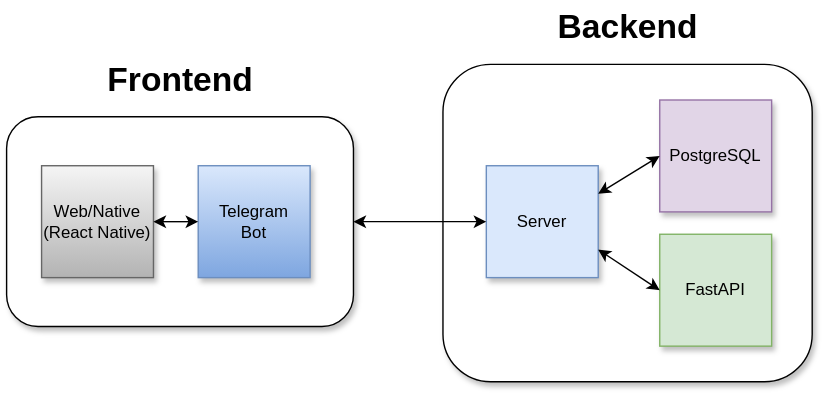
Earlier version of the draw.io export docs/img/diagram.svg (masajinobe-ef/priscillafx-web). Source tidied: cells renumbered, new cells last; positions are measured from the earlier drawing's top-left corner, leaving out a move shared by most shapes. Its diagram source:
```xml
<mxGraphModel>
  <root>
    <mxCell id="0" />
    <mxCell id="1" parent="0" />
    <mxCell id="2" style="rounded=1;whiteSpace=wrap;html=1;glass=0;shadow=1;" parent="1" vertex="1">
      <mxGeometry x="312" y="45.5" width="264" height="227" as="geometry" />
    </mxCell>
    <mxCell id="3" value="FastAPI" style="whiteSpace=wrap;html=1;fillColor=#d5e8d4;strokeColor=#82b366;shadow=1;" parent="1" vertex="1">
      <mxGeometry x="467" y="167" width="80" height="80" as="geometry" />
    </mxCell>
    <mxCell id="4" value="PostgreSQL" style="whiteSpace=wrap;html=1;fillColor=#e1d5e7;strokeColor=#9673a6;shadow=1;" parent="1" vertex="1">
      <mxGeometry x="467" y="71" width="80" height="80" as="geometry" />
    </mxCell>
    <mxCell id="5" value="Server" style="whiteSpace=wrap;html=1;fillColor=#dae8fc;strokeColor=#6c8ebf;shadow=1;" parent="1" vertex="1">
      <mxGeometry x="343" y="118" width="80" height="80" as="geometry" />
    </mxCell>
    <mxCell id="6" style="endArrow=classic;startArrow=classic;html=1;rounded=0;exitX=1;exitY=0.25;exitDx=0;exitDy=0;entryX=0;entryY=0.5;entryDx=0;entryDy=0;" parent="1" edge="1" source="5" target="4">
      <mxGeometry relative="1" as="geometry" />
    </mxCell>
    <mxCell id="7" style="endArrow=classic;startArrow=classic;html=1;rounded=0;exitX=1;exitY=0.75;exitDx=0;exitDy=0;entryX=0;entryY=0.5;entryDx=0;entryDy=0;" parent="1" edge="1" source="5" target="3">
      <mxGeometry relative="1" as="geometry" />
    </mxCell>
    <mxCell id="8" style="rounded=1;whiteSpace=wrap;html=1;shadow=1;" parent="1" vertex="1">
      <mxGeometry y="83" width="248" height="150" as="geometry" />
    </mxCell>
    <mxCell id="9" value="Web/Native&lt;br&gt;(React Native)" style="whiteSpace=wrap;html=1;fillColor=#f5f5f5;strokeColor=#666666;gradientColor=#b3b3b3;shadow=1;" parent="1" vertex="1">
      <mxGeometry x="25" y="118" width="80" height="80" as="geometry" />
    </mxCell>
    <mxCell id="10" value="Telegram&lt;br&gt;Bot" style="whiteSpace=wrap;html=1;fillColor=#dae8fc;strokeColor=#6c8ebf;gradientColor=#7ea6e0;shadow=1;" parent="1" vertex="1">
      <mxGeometry x="137" y="118" width="80" height="80" as="geometry" />
    </mxCell>
    <mxCell id="11" style="endArrow=classic;startArrow=classic;html=1;rounded=0;exitX=1;exitY=0.5;exitDx=0;exitDy=0;entryX=0;entryY=0.5;entryDx=0;entryDy=0;" parent="1" edge="1" source="8" target="5">
      <mxGeometry relative="1" as="geometry" />
    </mxCell>
    <mxCell id="12" style="endArrow=classic;startArrow=classic;html=1;rounded=0;exitX=1;exitY=0.5;exitDx=0;exitDy=0;entryX=0;entryY=0.5;entryDx=0;entryDy=0;" parent="1" edge="1" source="9" target="10">
      <mxGeometry relative="1" as="geometry" />
    </mxCell>
    <mxCell id="13" value="Frontend" style="text;html=1;align=center;verticalAlign=middle;whiteSpace=wrap;rounded=0;fontStyle=1;fontSize=24;" parent="1" vertex="1">
      <mxGeometry x="45.8" y="38" width="156.5" height="38" as="geometry" />
    </mxCell>
    <mxCell id="14" value="Backend" style="text;html=1;align=center;verticalAlign=middle;whiteSpace=wrap;rounded=0;fontStyle=1;fontSize=24;" parent="1" vertex="1">
      <mxGeometry x="365.8" width="156.5" height="38" as="geometry" />
    </mxCell>
  </root>
</mxGraphModel>
```
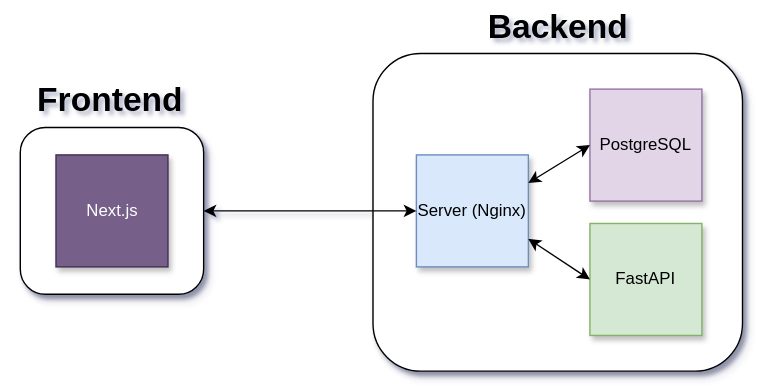
After the change.

Diff of the diagram source:
```diff
@@ -11,7 +11,7 @@
     <mxCell id="4" value="PostgreSQL" style="whiteSpace=wrap;html=1;fillColor=#e1d5e7;strokeColor=#9673a6;shadow=1;" parent="1" vertex="1">
       <mxGeometry x="467" y="71" width="80" height="80" as="geometry" />
     </mxCell>
-    <mxCell id="5" value="Server" style="whiteSpace=wrap;html=1;fillColor=#dae8fc;strokeColor=#6c8ebf;shadow=1;" parent="1" vertex="1">
+    <mxCell id="5" value="Server (Nginx)" style="whiteSpace=wrap;html=1;fillColor=#dae8fc;strokeColor=#6c8ebf;shadow=1;" parent="1" vertex="1">
       <mxGeometry x="343" y="118" width="80" height="80" as="geometry" />
     </mxCell>
     <mxCell id="6" style="endArrow=classic;startArrow=classic;html=1;rounded=0;exitX=1;exitY=0.25;exitDx=0;exitDy=0;entryX=0;entryY=0.5;entryDx=0;entryDy=0;" parent="1" edge="1" source="5" target="4">
@@ -21,25 +21,19 @@
       <mxGeometry relative="1" as="geometry" />
     </mxCell>
     <mxCell id="8" style="rounded=1;whiteSpace=wrap;html=1;shadow=1;" parent="1" vertex="1">
-      <mxGeometry y="83" width="248" height="150" as="geometry" />
+      <mxGeometry x="60" y="98.4" width="131" height="119.2" as="geometry" />
     </mxCell>
-    <mxCell id="9" value="Web/Native&lt;br&gt;(React Native)" style="whiteSpace=wrap;html=1;fillColor=#f5f5f5;strokeColor=#666666;gradientColor=#b3b3b3;shadow=1;" parent="1" vertex="1">
-      <mxGeometry x="25" y="118" width="80" height="80" as="geometry" />
+    <mxCell id="9" value="Next.js" style="whiteSpace=wrap;html=1;fillColor=#76608a;strokeColor=#432D57;shadow=1;fontColor=#ffffff;" parent="1" vertex="1">
+      <mxGeometry x="85.5" y="118" width="80" height="80" as="geometry" />
     </mxCell>
-    <mxCell id="10" value="Telegram&lt;br&gt;Bot" style="whiteSpace=wrap;html=1;fillColor=#dae8fc;strokeColor=#6c8ebf;gradientColor=#7ea6e0;shadow=1;" parent="1" vertex="1">
-      <mxGeometry x="137" y="118" width="80" height="80" as="geometry" />
-    </mxCell>
     <mxCell id="11" style="endArrow=classic;startArrow=classic;html=1;rounded=0;exitX=1;exitY=0.5;exitDx=0;exitDy=0;entryX=0;entryY=0.5;entryDx=0;entryDy=0;" parent="1" edge="1" source="8" target="5">
       <mxGeometry relative="1" as="geometry" />
     </mxCell>
-    <mxCell id="12" style="endArrow=classic;startArrow=classic;html=1;rounded=0;exitX=1;exitY=0.5;exitDx=0;exitDy=0;entryX=0;entryY=0.5;entryDx=0;entryDy=0;" parent="1" edge="1" source="9" target="10">
-      <mxGeometry relative="1" as="geometry" />
-    </mxCell>
     <mxCell id="13" value="Frontend" style="text;html=1;align=center;verticalAlign=middle;whiteSpace=wrap;rounded=0;fontStyle=1;fontSize=24;" parent="1" vertex="1">
-      <mxGeometry x="45.8" y="38" width="156.5" height="38" as="geometry" />
+      <mxGeometry x="45.8" y="60.4" width="156.5" height="38" as="geometry" />
     </mxCell>
     <mxCell id="14" value="Backend" style="text;html=1;align=center;verticalAlign=middle;whiteSpace=wrap;rounded=0;fontStyle=1;fontSize=24;" parent="1" vertex="1">
-      <mxGeometry x="365.8" width="156.5" height="38" as="geometry" />
+      <mxGeometry x="365.8" y="7.5" width="156.5" height="38" as="geometry" />
     </mxCell>
   </root>
 </mxGraphModel>
```
